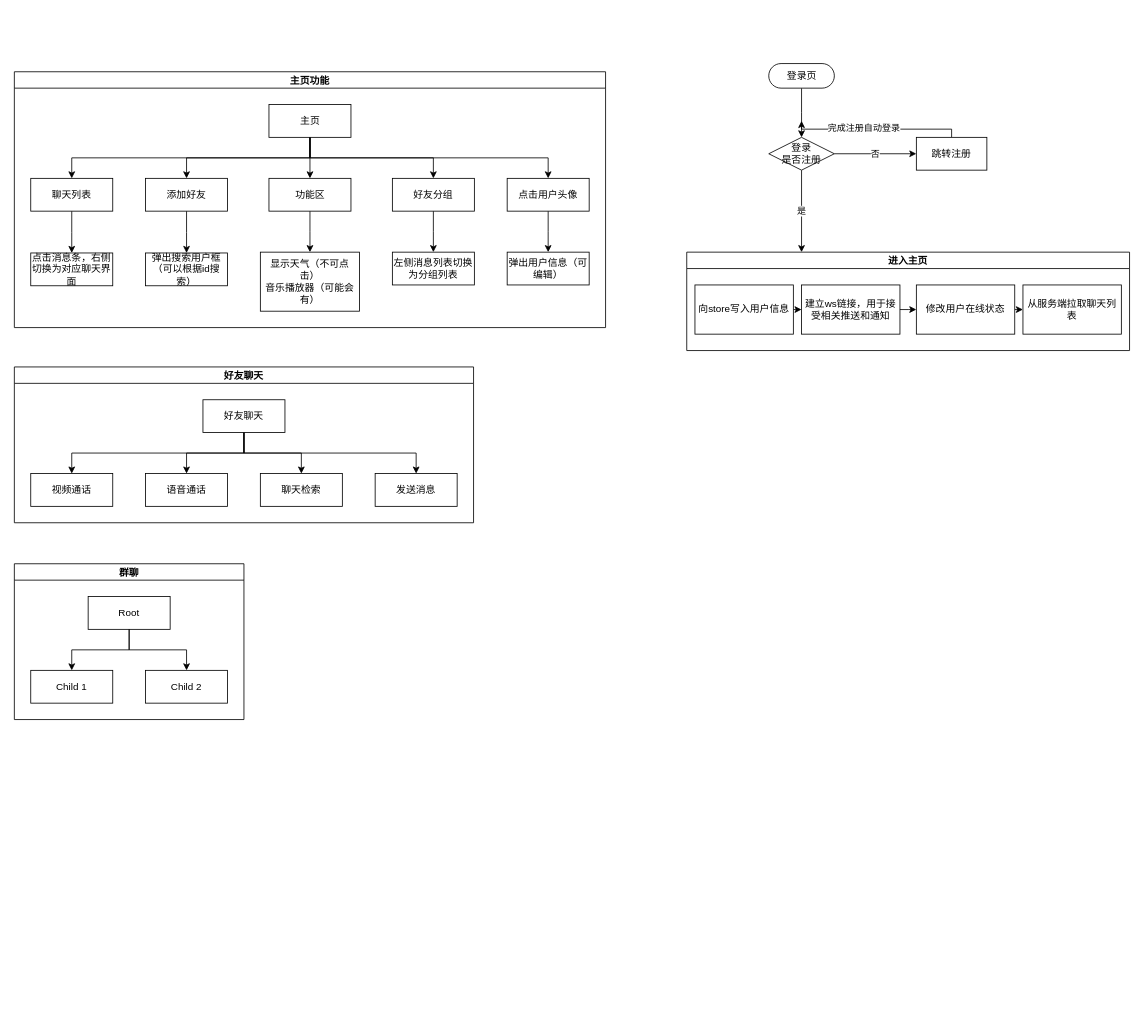
Above: 聊天web流程图.drawio in Nick87-xkk/chat_web (draw.io), before the change. Source tidied: cells renumbered, new cells numbered last; positions are measured from the earlier drawing's top-left corner, leaving out a move shared by most shapes. Both pictures are drawn from the tidied source at 82%, with x=0, y=0 at pixel (14, 63).
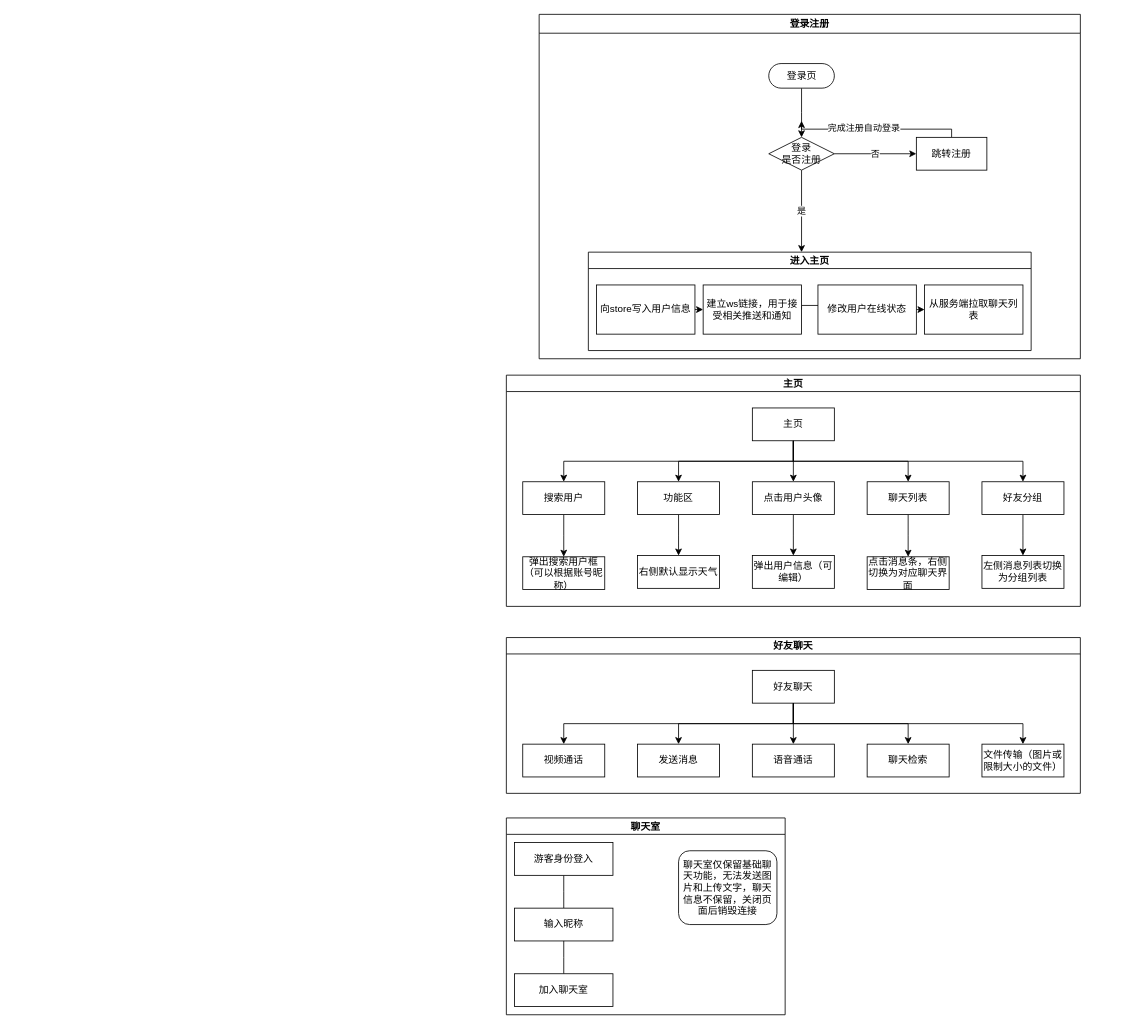
After the change.

Commit message (it also covers changes not shown here):
style: 更新流程图

Diff of the diagram source:
```diff
@@
-    <mxCell id="10" value="进入主页" style="swimlane;startSize=20;horizontal=1;containerType=tree;newEdgeStyle={&quot;edgeStyle&quot;:&quot;elbowEdgeStyle&quot;,&quot;startArrow&quot;:&quot;none&quot;,&quot;endArrow&quot;:&quot;none&quot;};rounded=0;" parent="1" vertex="1">
-      <mxGeometry x="820" y="230" width="540" height="120" as="geometry" />
-    </mxCell>
-    <mxCell id="11" style="html=1;exitX=1;exitY=0.5;exitDx=0;exitDy=0;entryX=0;entryY=0.5;entryDx=0;entryDy=0;rounded=0;edgeStyle=elbowEdgeStyle;elbow=vertical;" parent="10" edge="1" source="12" target="13">
-      <mxGeometry relative="1" as="geometry" />
-    </mxCell>
-    <mxCell id="12" value="向store写入用户信息" style="whiteSpace=wrap;html=1;align=center;newEdgeStyle={&quot;edgeStyle&quot;:&quot;elbowEdgeStyle&quot;,&quot;startArrow&quot;:&quot;none&quot;,&quot;endArrow&quot;:&quot;none&quot;};rounded=0;" parent="10" vertex="1">
-      <mxGeometry x="10" y="40" width="120" height="60" as="geometry" />
-    </mxCell>
-    <mxCell id="13" value="建立ws链接，用于接受相关推送和通知" style="whiteSpace=wrap;html=1;align=center;newEdgeStyle={&quot;edgeStyle&quot;:&quot;elbowEdgeStyle&quot;,&quot;startArrow&quot;:&quot;none&quot;,&quot;endArrow&quot;:&quot;none&quot;};rounded=0;" parent="10" vertex="1">
-      <mxGeometry x="140" y="40" width="120" height="60" as="geometry" />
-    </mxCell>
-    <mxCell id="14" style="html=1;exitX=1;exitY=0.5;exitDx=0;exitDy=0;entryX=0;entryY=0.5;entryDx=0;entryDy=0;rounded=0;edgeStyle=elbowEdgeStyle;elbow=vertical;" parent="10" edge="1" source="15" target="16">
-      <mxGeometry relative="1" as="geometry" />
-    </mxCell>
-    <mxCell id="15" value="修改用户在线状态" style="whiteSpace=wrap;html=1;align=center;newEdgeStyle={&quot;edgeStyle&quot;:&quot;elbowEdgeStyle&quot;,&quot;startArrow&quot;:&quot;none&quot;,&quot;endArrow&quot;:&quot;none&quot;};rounded=0;" parent="10" vertex="1">
-      <mxGeometry x="280" y="40" width="120" height="60" as="geometry" />
-    </mxCell>
-    <mxCell id="16" value="从服务端拉取聊天列表" style="whiteSpace=wrap;html=1;align=center;newEdgeStyle={&quot;edgeStyle&quot;:&quot;elbowEdgeStyle&quot;,&quot;startArrow&quot;:&quot;none&quot;,&quot;endArrow&quot;:&quot;none&quot;};rounded=0;" parent="10" vertex="1">
-      <mxGeometry x="410" y="40" width="120" height="60" as="geometry" />
-    </mxCell>
     <mxCell id="17" style="html=1;exitX=1;exitY=0.5;exitDx=0;exitDy=0;rounded=0;edgeStyle=elbowEdgeStyle;elbow=vertical;" parent="1" edge="1" source="13">
       <mxGeometry relative="1" as="geometry">
-        <mxPoint x="1100" y="300" as="targetPoint" />
+        <mxPoint x="1030" y="290" as="targetPoint" />
       </mxGeometry>
     </mxCell>
-    <mxCell id="18" value="主页功能" style="swimlane;startSize=20;horizontal=1;horizontalTree=0;containerType=tree;rounded=0;" parent="1" vertex="1">
-      <mxGeometry y="10" width="721" height="312" as="geometry" />
+    <mxCell id="18" value="主页" style="swimlane;startSize=20;horizontal=1;horizontalTree=0;containerType=tree;rounded=0;" parent="1" vertex="1">
+      <mxGeometry x="600" y="380" width="700" height="282" as="geometry" />
     </mxCell>
@@
     <mxCell id="22" value="主页" style="whiteSpace=wrap;html=1;rounded=0;" parent="18" vertex="1">
-      <mxGeometry x="310.5" y="40" width="100" height="40" as="geometry" />
+      <mxGeometry x="300" y="40" width="100" height="40" as="geometry" />
     </mxCell>
@@
     <mxCell id="24" value="聊天列表" style="whiteSpace=wrap;html=1;rounded=0;" parent="18" vertex="1">
-      <mxGeometry x="20" y="130" width="100" height="40" as="geometry" />
+      <mxGeometry x="440" y="130" width="100" height="40" as="geometry" />
     </mxCell>
@@
     <mxCell id="27" value="好友分组" style="whiteSpace=wrap;html=1;rounded=0;" parent="18" vertex="1">
-      <mxGeometry x="461" y="130" width="100" height="40" as="geometry" />
+      <mxGeometry x="580" y="130" width="100" height="40" as="geometry" />
     </mxCell>
@@
-    <mxCell id="30" value="添加好友" style="whiteSpace=wrap;html=1;rounded=0;" parent="18" vertex="1">
-      <mxGeometry x="160" y="130" width="100" height="40" as="geometry" />
+    <mxCell id="30" value="搜索用户" style="whiteSpace=wrap;html=1;rounded=0;" parent="18" vertex="1">
+      <mxGeometry x="20" y="130" width="100" height="40" as="geometry" />
     </mxCell>
@@
     <mxCell id="32" value="功能区" style="whiteSpace=wrap;html=1;rounded=0;" parent="18" vertex="1">
-      <mxGeometry x="310.5" y="130" width="100" height="40" as="geometry" />
+      <mxGeometry x="160" y="130" width="100" height="40" as="geometry" />
     </mxCell>
@@
     <mxCell id="34" value="点击用户头像" style="whiteSpace=wrap;html=1;rounded=0;" parent="18" vertex="1">
-      <mxGeometry x="601" y="130" width="100" height="40" as="geometry" />
+      <mxGeometry x="300" y="130" width="100" height="40" as="geometry" />
     </mxCell>
     <mxCell id="35" value="点击消息条，右侧切换为对应聊天界面" style="whiteSpace=wrap;html=1;rounded=0;" parent="18" vertex="1">
-      <mxGeometry x="20" y="221" width="100" height="40" as="geometry" />
+      <mxGeometry x="440" y="221.5" width="100" height="40" as="geometry" />
     </mxCell>
-    <mxCell id="36" value="弹出搜索用户框&lt;br&gt;（可以根据id搜索）" style="whiteSpace=wrap;html=1;rounded=0;" parent="18" vertex="1">
-      <mxGeometry x="160" y="221" width="100" height="40" as="geometry" />
+    <mxCell id="36" value="弹出搜索用户框&lt;br&gt;（可以根据账号昵称）" style="whiteSpace=wrap;html=1;rounded=0;" parent="18" vertex="1">
+      <mxGeometry x="20" y="221.5" width="100" height="40" as="geometry" />
     </mxCell>
-    <mxCell id="37" value="显示天气（不可点击）&lt;br&gt;音乐播放器（可能会有）" style="whiteSpace=wrap;html=1;rounded=0;" parent="18" vertex="1">
-      <mxGeometry x="300" y="220" width="121" height="72" as="geometry" />
+    <mxCell id="37" value="右侧默认显示天气" style="whiteSpace=wrap;html=1;rounded=0;" parent="18" vertex="1">
+      <mxGeometry x="160" y="220" width="100" height="40" as="geometry" />
     </mxCell>
     <mxCell id="38" value="左侧消息列表切换为分组列表" style="whiteSpace=wrap;html=1;rounded=0;" parent="18" vertex="1">
-      <mxGeometry x="461" y="220" width="100" height="40" as="geometry" />
+      <mxGeometry x="580" y="220" width="100" height="40" as="geometry" />
     </mxCell>
     <mxCell id="39" value="弹出用户信息（可编辑）" style="whiteSpace=wrap;html=1;rounded=0;" parent="18" vertex="1">
-      <mxGeometry x="601" y="220" width="100" height="40" as="geometry" />
+      <mxGeometry x="300" y="220" width="100" height="40" as="geometry" />
     </mxCell>
     <mxCell id="40" value="好友聊天" style="swimlane;startSize=20;horizontal=1;horizontalTree=0;containerType=tree;swimlaneLine=1;rounded=0;shadow=0;sketch=0;glass=0;" parent="1" vertex="1">
-      <mxGeometry y="370" width="560" height="190" as="geometry" />
+      <mxGeometry x="600" y="700" width="700" height="190" as="geometry" />
     </mxCell>
@@
     <mxCell id="43" value="好友聊天" style="whiteSpace=wrap;html=1;" parent="40" vertex="1">
-      <mxGeometry x="230" y="40" width="100" height="40" as="geometry" />
+      <mxGeometry x="300" y="40" width="100" height="40" as="geometry" />
     </mxCell>
     <mxCell id="44" value="语音通话" style="whiteSpace=wrap;html=1;" parent="40" vertex="1">
-      <mxGeometry x="160" y="130" width="100" height="40" as="geometry" />
+      <mxGeometry x="300" y="130" width="100" height="40" as="geometry" />
     </mxCell>
@@
     <mxCell id="46" value="聊天检索" style="whiteSpace=wrap;html=1;" parent="40" vertex="1">
-      <mxGeometry x="300" y="130" width="100" height="40" as="geometry" />
+      <mxGeometry x="440" y="130" width="100" height="40" as="geometry" />
     </mxCell>
@@
     <mxCell id="49" value="发送消息" style="whiteSpace=wrap;html=1;" parent="40" vertex="1">
-      <mxGeometry x="440" y="130" width="100" height="40" as="geometry" />
+      <mxGeometry x="160" y="130" width="100" height="40" as="geometry" />
     </mxCell>
-    <mxCell id="50" value="群聊" style="swimlane;startSize=20;horizontal=1;horizontalTree=0;containerType=tree;" parent="1" vertex="1">
-      <mxGeometry y="610" width="280" height="190" as="geometry" />
-    </mxCell>
-    <mxCell id="51" value="Root" style="whiteSpace=wrap;html=1;" parent="50" vertex="1">
-      <mxGeometry x="90" y="40" width="100" height="40" as="geometry" />
-    </mxCell>
-    <mxCell id="52" value="Child 1" style="whiteSpace=wrap;html=1;" parent="50" vertex="1">
-      <mxGeometry x="20" y="130" width="100" height="40" as="geometry" />
-    </mxCell>
-    <mxCell id="53" style="html=1;rounded=0;edgeStyle=elbowEdgeStyle;elbow=vertical;" parent="50" edge="1" source="51" target="52">
-      <mxGeometry relative="1" as="geometry" />
-    </mxCell>
-    <mxCell id="54" value="Child 2" style="whiteSpace=wrap;html=1;" parent="50" vertex="1">
-      <mxGeometry x="160" y="130" width="100" height="40" as="geometry" />
-    </mxCell>
-    <mxCell id="55" style="html=1;rounded=0;edgeStyle=elbowEdgeStyle;elbow=vertical;" parent="50" edge="1" source="51" target="54">
-      <mxGeometry relative="1" as="geometry" />
-    </mxCell>
+    <mxCell id="56" style="html=1;rounded=0;edgeStyle=elbowEdgeStyle;elbow=vertical;" parent="40" edge="1" source="43" target="57">
+      <mxGeometry relative="1" as="geometry" />
+    </mxCell>
+    <mxCell id="57" value="文件传输（图片或限制大小的文件）" style="whiteSpace=wrap;html=1;" parent="40" vertex="1">
+      <mxGeometry x="580" y="130" width="100" height="40" as="geometry" />
+    </mxCell>
+    <mxCell id="58" value="聊天室" style="swimlane;startSize=20;horizontal=1;containerType=tree;" parent="1" vertex="1">
+      <mxGeometry x="600" y="920" width="340" height="240" as="geometry" />
+    </mxCell>
+    <mxCell id="59" style="edgeStyle=elbowEdgeStyle;elbow=vertical;startArrow=none;endArrow=none;rounded=0;" parent="58" edge="1" source="60" target="61">
+      <mxGeometry relative="1" as="geometry" />
+    </mxCell>
+    <mxCell id="60" value="游客身份登入" style="whiteSpace=wrap;html=1;newEdgeStyle={&quot;edgeStyle&quot;:&quot;elbowEdgeStyle&quot;,&quot;startArrow&quot;:&quot;none&quot;,&quot;endArrow&quot;:&quot;none&quot;};" parent="58" vertex="1">
+      <mxGeometry x="10" y="30" width="120" height="40" as="geometry" />
+    </mxCell>
+    <mxCell id="61" value="输入昵称" style="whiteSpace=wrap;html=1;newEdgeStyle={&quot;edgeStyle&quot;:&quot;elbowEdgeStyle&quot;,&quot;startArrow&quot;:&quot;none&quot;,&quot;endArrow&quot;:&quot;none&quot;};" parent="58" vertex="1">
+      <mxGeometry x="10" y="110" width="120" height="40" as="geometry" />
+    </mxCell>
+    <mxCell id="62" style="edgeStyle=elbowEdgeStyle;elbow=vertical;startArrow=none;endArrow=none;rounded=0;" parent="58" edge="1" source="61" target="63">
+      <mxGeometry relative="1" as="geometry" />
+    </mxCell>
+    <mxCell id="63" value="加入聊天室" style="whiteSpace=wrap;html=1;newEdgeStyle={&quot;edgeStyle&quot;:&quot;elbowEdgeStyle&quot;,&quot;startArrow&quot;:&quot;none&quot;,&quot;endArrow&quot;:&quot;none&quot;};" parent="58" vertex="1">
+      <mxGeometry x="10" y="190" width="120" height="40" as="geometry" />
+    </mxCell>
+    <mxCell id="64" value="聊天室仅保留基础聊天功能，无法发送图片和上传文字，聊天信息不保留，关闭页面后销毁连接" style="rounded=1;whiteSpace=wrap;html=1;" parent="58" vertex="1">
+      <mxGeometry x="210" y="40" width="120" height="90" as="geometry" />
+    </mxCell>
+    <mxCell id="65" value="登录注册" style="swimlane;" parent="1" vertex="1">
+      <mxGeometry x="640" y="-60" width="660" height="420" as="geometry" />
+    </mxCell>
+    <mxCell id="10" value="进入主页" style="swimlane;startSize=20;horizontal=1;containerType=tree;newEdgeStyle={&quot;edgeStyle&quot;:&quot;elbowEdgeStyle&quot;,&quot;startArrow&quot;:&quot;none&quot;,&quot;endArrow&quot;:&quot;none&quot;};rounded=0;" parent="65" vertex="1">
+      <mxGeometry x="60" y="290" width="540" height="120" as="geometry" />
+    </mxCell>
+    <mxCell id="11" style="html=1;exitX=1;exitY=0.5;exitDx=0;exitDy=0;entryX=0;entryY=0.5;entryDx=0;entryDy=0;rounded=0;edgeStyle=elbowEdgeStyle;elbow=vertical;" parent="10" edge="1" source="12" target="13">
+      <mxGeometry relative="1" as="geometry" />
+    </mxCell>
+    <mxCell id="12" value="向store写入用户信息" style="whiteSpace=wrap;html=1;align=center;newEdgeStyle={&quot;edgeStyle&quot;:&quot;elbowEdgeStyle&quot;,&quot;startArrow&quot;:&quot;none&quot;,&quot;endArrow&quot;:&quot;none&quot;};rounded=0;" parent="10" vertex="1">
+      <mxGeometry x="10" y="40" width="120" height="60" as="geometry" />
+    </mxCell>
+    <mxCell id="13" value="建立ws链接，用于接受相关推送和通知" style="whiteSpace=wrap;html=1;align=center;newEdgeStyle={&quot;edgeStyle&quot;:&quot;elbowEdgeStyle&quot;,&quot;startArrow&quot;:&quot;none&quot;,&quot;endArrow&quot;:&quot;none&quot;};rounded=0;" parent="10" vertex="1">
+      <mxGeometry x="140" y="40" width="120" height="60" as="geometry" />
+    </mxCell>
+    <mxCell id="14" style="html=1;exitX=1;exitY=0.5;exitDx=0;exitDy=0;entryX=0;entryY=0.5;entryDx=0;entryDy=0;rounded=0;edgeStyle=elbowEdgeStyle;elbow=vertical;" parent="10" edge="1" source="15" target="16">
+      <mxGeometry relative="1" as="geometry" />
+    </mxCell>
+    <mxCell id="15" value="修改用户在线状态" style="whiteSpace=wrap;html=1;align=center;newEdgeStyle={&quot;edgeStyle&quot;:&quot;elbowEdgeStyle&quot;,&quot;startArrow&quot;:&quot;none&quot;,&quot;endArrow&quot;:&quot;none&quot;};rounded=0;" parent="10" vertex="1">
+      <mxGeometry x="280" y="40" width="120" height="60" as="geometry" />
+    </mxCell>
+    <mxCell id="16" value="从服务端拉取聊天列表" style="whiteSpace=wrap;html=1;align=center;newEdgeStyle={&quot;edgeStyle&quot;:&quot;elbowEdgeStyle&quot;,&quot;startArrow&quot;:&quot;none&quot;,&quot;endArrow&quot;:&quot;none&quot;};rounded=0;" parent="10" vertex="1">
+      <mxGeometry x="410" y="40" width="120" height="60" as="geometry" />
+    </mxCell>
```
